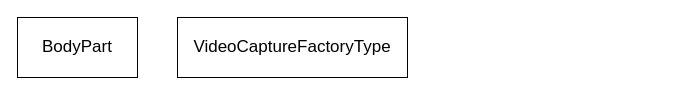
GoldGreen/Skeletonization keeps this draw.io diagram as page "Data" (12 of 12) of Packets.drawio. Above is the earlier version. Source tidied: cells renumbered, new cells numbered last; positions are measured from the earlier drawing's top-left corner, leaving out a move shared by most shapes. Both pictures are drawn from the tidied source at 100%, with x=0, y=0 at pixel (17, 17).
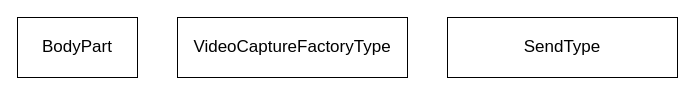
After the change.

The edit, as a diff of the source:
```diff
@@
 <mxGraphModel>
   <root>
     <mxCell id="0" />
     <mxCell id="1" parent="0" />
     <mxCell id="2" value="BodyPart" style="rounded=0;whiteSpace=wrap;html=1;fontSize=17;" parent="1" vertex="1">
       <mxGeometry width="120" height="60" as="geometry" />
     </mxCell>
     <mxCell id="3" value="VideoCaptureFactoryType" style="rounded=0;whiteSpace=wrap;html=1;fontSize=17;" parent="1" vertex="1">
       <mxGeometry x="160" width="230" height="60" as="geometry" />
     </mxCell>
+    <mxCell id="4" value="SendType" style="rounded=0;whiteSpace=wrap;html=1;fontSize=17;" parent="1" vertex="1">
+      <mxGeometry x="430" width="230" height="60" as="geometry" />
+    </mxCell>
   </root>
 </mxGraphModel>
```
